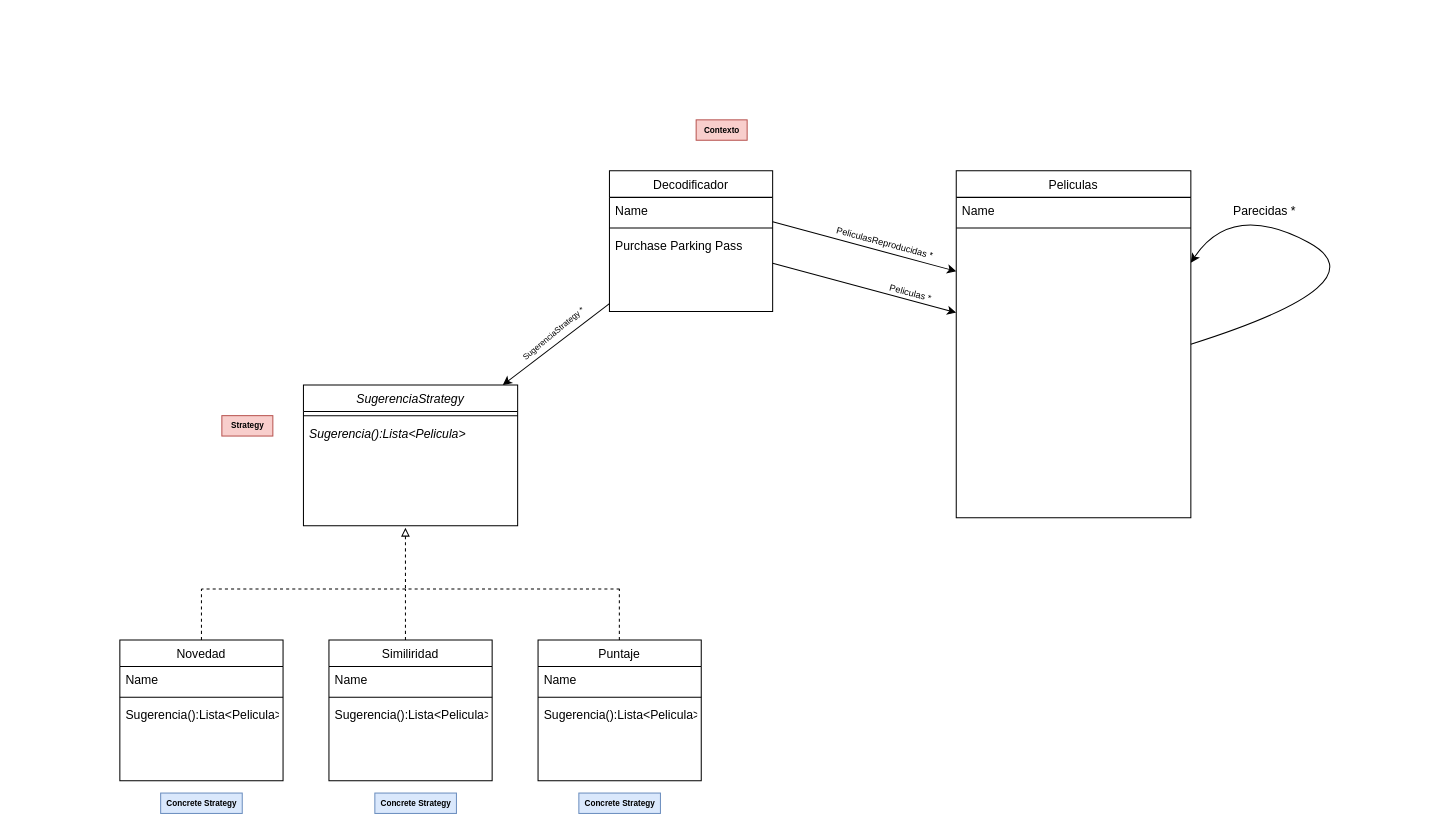
The draw.io diagram p3e4.drawio in santolp/oo2, before the edit. Source tidied: cells renumbered, new cells numbered last; positions are measured from the earlier drawing's top-left corner, leaving out a move shared by most shapes. Both pictures are drawn from the tidied source at 102%, with x=0, y=0 at pixel (119, 119).
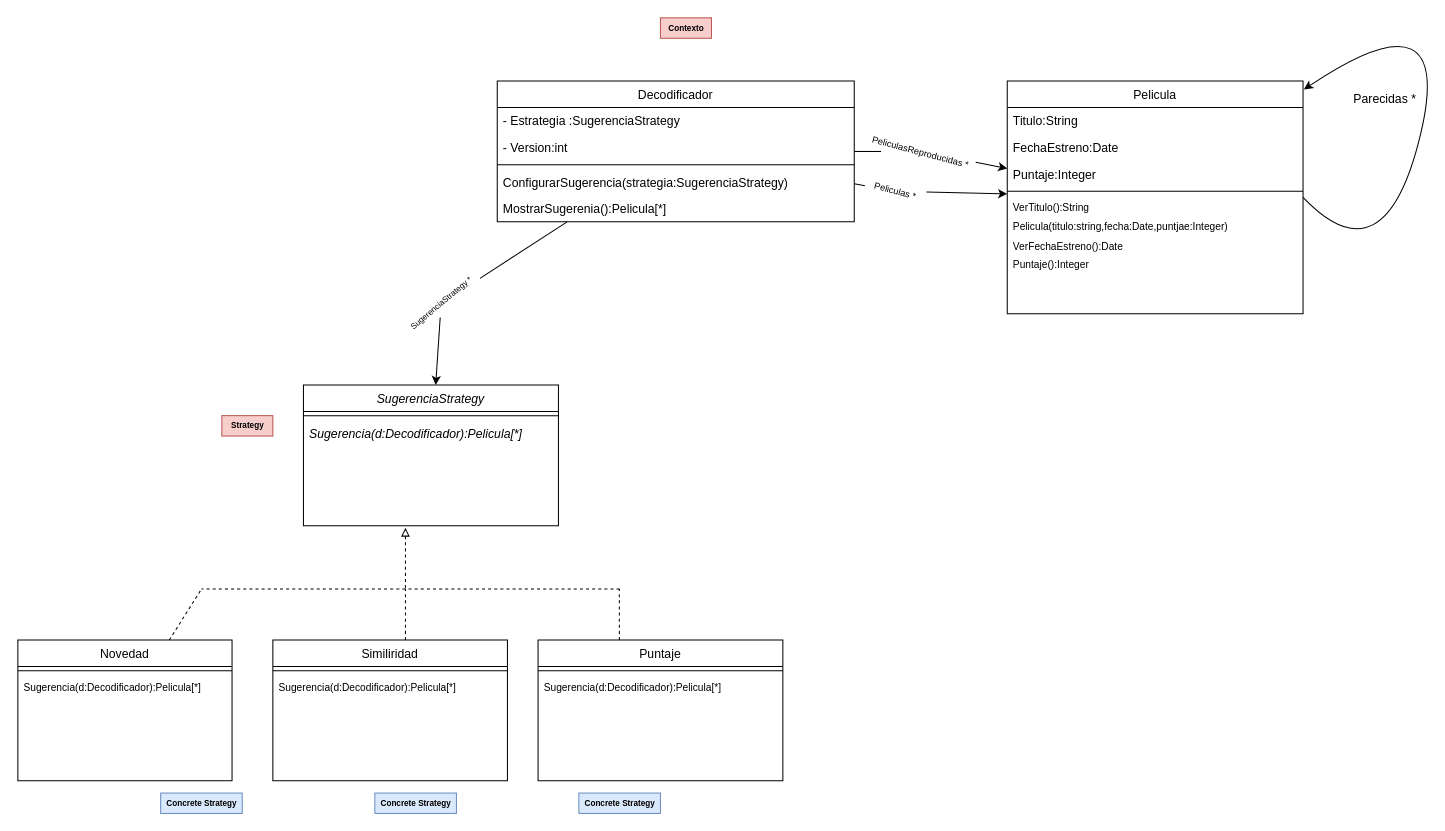
The same page after the edit.

What changed in the source:
```diff
@@
     <mxCell id="2" value="Decodificador" style="swimlane;fontStyle=0;align=center;verticalAlign=top;horizontal=1;startSize=26;rounded=0;shadow=0;strokeWidth=1;" parent="1" vertex="1">
-      <mxGeometry x="480" y="50" width="160" height="138" as="geometry" />
+      <mxGeometry x="370" y="-38" width="350" height="138" as="geometry" />
     </mxCell>
-    <mxCell id="3" value="Name" style="text;align=left;verticalAlign=top;spacingLeft=4;spacingRight=4;overflow=hidden;" parent="2" vertex="1">
-      <mxGeometry y="26" width="160" height="26" as="geometry" />
+    <mxCell id="3" value="- Estrategia :SugerenciaStrategy" style="text;align=left;verticalAlign=top;spacingLeft=4;spacingRight=4;overflow=hidden;" parent="2" vertex="1">
+      <mxGeometry y="26" width="350" height="26" as="geometry" />
     </mxCell>
+    <mxCell id="42" value="- Version:int" style="text;align=left;verticalAlign=top;spacingLeft=4;spacingRight=4;overflow=hidden;" parent="2" vertex="1">
+      <mxGeometry y="52" width="350" height="26" as="geometry" />
+    </mxCell>
     <mxCell id="4" style="line;html=1;strokeWidth=1;align=left;verticalAlign=middle;spacingTop=-1;spacingLeft=3;spacingRight=3;labelPosition=right;" parent="2" vertex="1">
-      <mxGeometry y="52" width="160" height="8" as="geometry" />
+      <mxGeometry y="78" width="350" height="8" as="geometry" />
     </mxCell>
-    <mxCell id="5" value="Purchase Parking Pass" style="text;align=left;verticalAlign=top;spacingLeft=4;spacingRight=4;overflow=hidden;" parent="2" vertex="1">
-      <mxGeometry y="60" width="160" height="26" as="geometry" />
+    <mxCell id="5" value="ConfigurarSugerencia(strategia:SugerenciaStrategy)" style="text;align=left;verticalAlign=top;spacingLeft=4;spacingRight=4;overflow=hidden;" parent="2" vertex="1">
+      <mxGeometry y="86" width="350" height="26" as="geometry" />
     </mxCell>
+    <mxCell id="43" value="MostrarSugerenia():Pelicula[*]" style="text;align=left;verticalAlign=top;spacingLeft=4;spacingRight=4;overflow=hidden;" parent="2" vertex="1">
+      <mxGeometry y="112" width="350" height="26" as="geometry" />
+    </mxCell>
-    <mxCell id="6" value="Peliculas" style="swimlane;fontStyle=0;align=center;verticalAlign=top;horizontal=1;startSize=26;rounded=0;shadow=0;strokeWidth=1;" parent="1" vertex="1">
-      <mxGeometry x="820" y="50" width="230" height="340" as="geometry" />
+    <mxCell id="6" value="Pelicula" style="swimlane;fontStyle=0;align=center;verticalAlign=top;horizontal=1;startSize=26;rounded=0;shadow=0;strokeWidth=1;" parent="1" vertex="1">
+      <mxGeometry x="870" y="-38" width="290" height="228" as="geometry" />
     </mxCell>
-    <mxCell id="7" value="Name" style="text;align=left;verticalAlign=top;spacingLeft=4;spacingRight=4;overflow=hidden;" parent="6" vertex="1">
-      <mxGeometry y="26" width="230" height="26" as="geometry" />
+    <mxCell id="7" value="Titulo:String" style="text;align=left;verticalAlign=top;spacingLeft=4;spacingRight=4;overflow=hidden;" parent="6" vertex="1">
+      <mxGeometry y="26" width="290" height="26" as="geometry" />
     </mxCell>
+    <mxCell id="44" value="FechaEstreno:Date" style="text;align=left;verticalAlign=top;spacingLeft=4;spacingRight=4;overflow=hidden;" parent="6" vertex="1">
+      <mxGeometry y="52" width="290" height="26" as="geometry" />
+    </mxCell>
+    <mxCell id="45" value="Puntaje:Integer" style="text;align=left;verticalAlign=top;spacingLeft=4;spacingRight=4;overflow=hidden;" parent="6" vertex="1">
+      <mxGeometry y="78" width="290" height="26" as="geometry" />
+    </mxCell>
     <mxCell id="8" style="line;html=1;strokeWidth=1;align=left;verticalAlign=middle;spacingTop=-1;spacingLeft=3;spacingRight=3;labelPosition=right;" parent="6" vertex="1">
-      <mxGeometry y="52" width="230" height="8" as="geometry" />
+      <mxGeometry y="104" width="290" height="8" as="geometry" />
     </mxCell>
+    <mxCell id="46" value="VerTitulo():String" style="text;align=left;verticalAlign=top;spacingLeft=4;spacingRight=4;overflow=hidden;fontStyle=0;fontSize=10;" parent="6" vertex="1">
+      <mxGeometry y="112" width="290" height="18" as="geometry" />
+    </mxCell>
+    <mxCell id="47" value="Pelicula(titulo:string,fecha:Date,puntjae:Integer)" style="text;strokeColor=none;fillColor=none;align=left;verticalAlign=top;spacingLeft=4;spacingRight=4;overflow=hidden;fontSize=10;html=0;" parent="6" vertex="1">
+      <mxGeometry y="130" width="290" height="20" as="geometry" />
+    </mxCell>
+    <mxCell id="48" value="VerFechaEstreno():Date" style="text;align=left;verticalAlign=top;spacingLeft=4;spacingRight=4;overflow=hidden;fontStyle=0;fontSize=10;" parent="6" vertex="1">
+      <mxGeometry y="150" width="290" height="18" as="geometry" />
+    </mxCell>
+    <mxCell id="49" value="Puntaje():Integer" style="text;align=left;verticalAlign=top;spacingLeft=4;spacingRight=4;overflow=hidden;fontStyle=0;fontSize=10;" parent="6" vertex="1">
+      <mxGeometry y="168" width="290" height="18" as="geometry" />
+    </mxCell>
     <mxCell id="9" value="SugerenciaStrategy" style="swimlane;fontStyle=2;align=center;verticalAlign=top;horizontal=1;startSize=26;rounded=0;shadow=0;strokeWidth=1;" parent="1" vertex="1">
-      <mxGeometry x="180" y="260" width="210" height="138" as="geometry" />
+      <mxGeometry x="180" y="260" width="250" height="138" as="geometry" />
     </mxCell>
     <mxCell id="10" style="line;html=1;strokeWidth=1;align=left;verticalAlign=middle;spacingTop=-1;spacingLeft=3;spacingRight=3;labelPosition=right;" parent="9" vertex="1">
-      <mxGeometry y="26" width="210" height="8" as="geometry" />
+      <mxGeometry y="26" width="250" height="8" as="geometry" />
     </mxCell>
-    <mxCell id="11" value="Sugerencia():Lista&lt;Pelicula&gt;" style="text;align=left;verticalAlign=top;spacingLeft=4;spacingRight=4;overflow=hidden;fontStyle=2;" parent="9" vertex="1">
-      <mxGeometry y="34" width="210" height="26" as="geometry" />
+    <mxCell id="11" value="Sugerencia(d:Decodificador):Pelicula[*]" style="text;align=left;verticalAlign=top;spacingLeft=4;spacingRight=4;overflow=hidden;fontStyle=2;" parent="9" vertex="1">
+      <mxGeometry y="34" width="250" height="26" as="geometry" />
     </mxCell>
     <mxCell id="12" value="Novedad" style="swimlane;fontStyle=0;align=center;verticalAlign=middle;horizontal=1;startSize=26;rounded=0;shadow=0;strokeWidth=1;" parent="1" vertex="1">
-      <mxGeometry y="510" width="160" height="138" as="geometry" />
+      <mxGeometry x="-100" y="510" width="210" height="138" as="geometry" />
     </mxCell>
-    <mxCell id="13" value="Name" style="text;align=left;verticalAlign=middle;spacingLeft=4;spacingRight=4;overflow=hidden;" parent="12" vertex="1">
-      <mxGeometry y="26" width="160" height="26" as="geometry" />
-    </mxCell>
     <mxCell id="14" style="line;html=1;strokeWidth=1;align=left;verticalAlign=middle;spacingTop=-1;spacingLeft=3;spacingRight=3;labelPosition=right;" parent="12" vertex="1">
-      <mxGeometry y="52" width="160" height="8" as="geometry" />
+      <mxGeometry y="26" width="210" height="8" as="geometry" />
     </mxCell>
-    <mxCell id="15" value="Sugerencia():Lista&lt;Pelicula&gt;" style="text;align=left;verticalAlign=middle;spacingLeft=4;spacingRight=4;overflow=hidden;" parent="12" vertex="1">
-      <mxGeometry y="60" width="160" height="26" as="geometry" />
-    </mxCell>
+    <mxCell id="50" value="Sugerencia(d:Decodificador):Pelicula[*]" style="text;align=left;verticalAlign=top;spacingLeft=4;spacingRight=4;overflow=hidden;fontStyle=0;fontSize=10;" parent="12" vertex="1">
+      <mxGeometry y="34" width="210" height="36" as="geometry" />
+    </mxCell>
     <mxCell id="16" value="Similiridad" style="swimlane;fontStyle=0;align=center;verticalAlign=middle;horizontal=1;startSize=26;rounded=0;shadow=0;strokeWidth=1;" parent="1" vertex="1">
-      <mxGeometry x="205" y="510" width="160" height="138" as="geometry" />
+      <mxGeometry x="150" y="510" width="230" height="138" as="geometry" />
     </mxCell>
-    <mxCell id="17" value="Name" style="text;align=left;verticalAlign=middle;spacingLeft=4;spacingRight=4;overflow=hidden;" parent="16" vertex="1">
-      <mxGeometry y="26" width="160" height="26" as="geometry" />
-    </mxCell>
     <mxCell id="18" style="line;html=1;strokeWidth=1;align=left;verticalAlign=middle;spacingTop=-1;spacingLeft=3;spacingRight=3;labelPosition=right;" parent="16" vertex="1">
-      <mxGeometry y="52" width="160" height="8" as="geometry" />
+      <mxGeometry y="26" width="230" height="8" as="geometry" />
     </mxCell>
-    <mxCell id="19" value="Sugerencia():Lista&lt;Pelicula&gt;" style="text;align=left;verticalAlign=middle;spacingLeft=4;spacingRight=4;overflow=hidden;" parent="16" vertex="1">
-      <mxGeometry y="60" width="160" height="26" as="geometry" />
-    </mxCell>
+    <mxCell id="51" value="Sugerencia(d:Decodificador):Pelicula[*]" style="text;align=left;verticalAlign=top;spacingLeft=4;spacingRight=4;overflow=hidden;fontStyle=0;fontSize=10;" parent="16" vertex="1">
+      <mxGeometry y="34" width="230" height="36" as="geometry" />
+    </mxCell>
     <mxCell id="20" value="Puntaje" style="swimlane;fontStyle=0;align=center;verticalAlign=middle;horizontal=1;startSize=26;rounded=0;shadow=0;strokeWidth=1;" parent="1" vertex="1">
-      <mxGeometry x="410" y="510" width="160" height="138" as="geometry" />
+      <mxGeometry x="410" y="510" width="240" height="138" as="geometry" />
     </mxCell>
-    <mxCell id="21" value="Name" style="text;align=left;verticalAlign=middle;spacingLeft=4;spacingRight=4;overflow=hidden;" parent="20" vertex="1">
-      <mxGeometry y="26" width="160" height="26" as="geometry" />
-    </mxCell>
     <mxCell id="22" style="line;html=1;strokeWidth=1;align=left;verticalAlign=middle;spacingTop=-1;spacingLeft=3;spacingRight=3;labelPosition=right;" parent="20" vertex="1">
-      <mxGeometry y="52" width="160" height="8" as="geometry" />
+      <mxGeometry y="26" width="240" height="8" as="geometry" />
     </mxCell>
-    <mxCell id="23" value="Sugerencia():Lista&lt;Pelicula&gt;" style="text;align=left;verticalAlign=middle;spacingLeft=4;spacingRight=4;overflow=hidden;" parent="20" vertex="1">
-      <mxGeometry y="60" width="160" height="26" as="geometry" />
-    </mxCell>
+    <mxCell id="52" value="Sugerencia(d:Decodificador):Pelicula[*]" style="text;align=left;verticalAlign=top;spacingLeft=4;spacingRight=4;overflow=hidden;fontStyle=0;fontSize=10;" parent="20" vertex="1">
+      <mxGeometry y="34" width="240" height="36" as="geometry" />
+    </mxCell>
@@
-    <mxCell id="29" style="endArrow=none;html=1;rounded=0;startArrow=classic;startFill=1;" parent="1" edge="1" source="9" target="2">
+    <mxCell id="29" style="endArrow=none;html=1;rounded=0;startArrow=none;startFill=1;" parent="1" edge="1" source="33" target="2">
       <mxGeometry relative="1" as="geometry" />
     </mxCell>
-    <mxCell id="30" style="endArrow=none;html=1;rounded=0;startArrow=classic;startFill=1;" parent="1" edge="1" source="6" target="2">
+    <mxCell id="30" style="endArrow=none;html=1;rounded=0;startArrow=none;startFill=1;" parent="1" edge="1" source="35" target="2">
       <mxGeometry relative="1" as="geometry" />
     </mxCell>
-    <mxCell id="31" style="curved=1;endArrow=classic;html=1;rounded=0;exitX=1;exitY=0.5;exitDx=0;exitDy=0;" parent="1" edge="1" source="6">
+    <mxCell id="31" style="curved=1;endArrow=classic;html=1;rounded=0;exitX=1;exitY=0.5;exitDx=0;exitDy=0;entryX=1.003;entryY=0.036;entryDx=0;entryDy=0;entryPerimeter=0;" parent="1" edge="1" source="6" target="6">
       <mxGeometry relative="1" as="geometry">
-        <mxPoint x="1050" y="140" as="targetPoint" />
         <Array as="points">
           <mxPoint x="1240" y="160" />
-          <mxPoint x="1090" y="80" />
+          <mxPoint x="1310" y="-130" />
         </Array>
       </mxGeometry>
     </mxCell>
     <mxCell id="32" value="Parecidas *" style="text;html=1;align=center;verticalAlign=middle;strokeColor=none;fillColor=none;" parent="1" vertex="1">
-      <mxGeometry x="1082" y="80" width="80" height="20" as="geometry" />
+      <mxGeometry x="1200" y="-30" width="80" height="20" as="geometry" />
     </mxCell>
-    <mxCell id="33" value="SugerenciaStrategy *" style="text;html=1;align=center;verticalAlign=middle;points=[];strokeColor=none;fillColor=none;rotation=-40;fontSize=8;" parent="1" vertex="1">
-      <mxGeometry x="380" y="200" width="90" height="20" as="geometry" />
-    </mxCell>
-    <mxCell id="34" style="endArrow=none;html=1;rounded=0;startArrow=classic;startFill=1;" parent="1" edge="1">
-      <mxGeometry relative="1" as="geometry">
-        <mxPoint x="820" y="148.5" as="sourcePoint" />
-        <mxPoint x="640" y="100" as="targetPoint" />
-      </mxGeometry>
+    <mxCell id="34" style="endArrow=none;html=1;rounded=0;startArrow=none;startFill=1;" parent="1" edge="1" source="36" target="2">
+      <mxGeometry relative="1" as="geometry" />
     </mxCell>
-    <mxCell id="35" value="&lt;font style=&quot;font-size: 9px;&quot;&gt;PeliculasReproducidas *&lt;/font&gt;" style="text;html=1;align=center;verticalAlign=middle;points=[];strokeColor=none;fillColor=none;rotation=15;" parent="1" vertex="1">
-      <mxGeometry x="695" y="110" width="110" height="20" as="geometry" />
-    </mxCell>
-    <mxCell id="36" value="Peliculas *" style="text;html=1;align=center;verticalAlign=middle;points=[];strokeColor=none;fillColor=none;fontSize=9;rotation=15;" parent="1" vertex="1">
-      <mxGeometry x="745" y="160" width="60" height="20" as="geometry" />
-    </mxCell>
     <mxCell id="37" value="Contexto" style="text;html=1;align=center;verticalAlign=middle;strokeColor=#b85450;fillColor=#f8cecc;fontSize=8;fontStyle=1;" parent="1" vertex="1">
-      <mxGeometry x="565" width="50" height="20" as="geometry" />
+      <mxGeometry x="530" y="-100" width="50" height="20" as="geometry" />
     </mxCell>
@@
+    <mxCell id="33" value="SugerenciaStrategy *" style="text;html=1;align=center;verticalAlign=middle;points=[];strokeColor=none;fillColor=none;rotation=-40;fontSize=8;" parent="1" vertex="1">
+      <mxGeometry x="270" y="170" width="90" height="20" as="geometry" />
+    </mxCell>
+    <mxCell id="53" style="endArrow=none;html=1;rounded=0;startArrow=classic;startFill=1;" parent="1" edge="1" source="9" target="33">
+      <mxGeometry relative="1" as="geometry" />
+    </mxCell>
+    <mxCell id="35" value="&lt;font style=&quot;font-size: 9px;&quot;&gt;PeliculasReproducidas *&lt;/font&gt;" style="text;html=1;align=center;verticalAlign=middle;points=[];strokeColor=none;fillColor=none;rotation=15;" parent="1" vertex="1">
+      <mxGeometry x="730" y="21" width="110" height="20" as="geometry" />
+    </mxCell>
+    <mxCell id="54" style="endArrow=none;html=1;rounded=0;startArrow=classic;startFill=1;" parent="1" edge="1" source="6" target="35">
+      <mxGeometry relative="1" as="geometry" />
+    </mxCell>
+    <mxCell id="36" value="Peliculas *" style="text;html=1;align=center;verticalAlign=middle;points=[];strokeColor=none;fillColor=none;fontSize=9;rotation=15;" parent="1" vertex="1">
+      <mxGeometry x="730" y="60" width="60" height="20" as="geometry" />
+    </mxCell>
+    <mxCell id="55" style="endArrow=none;html=1;rounded=0;startArrow=classic;startFill=1;" parent="1" edge="1" source="6" target="36">
+      <mxGeometry relative="1" as="geometry" />
+    </mxCell>
```
